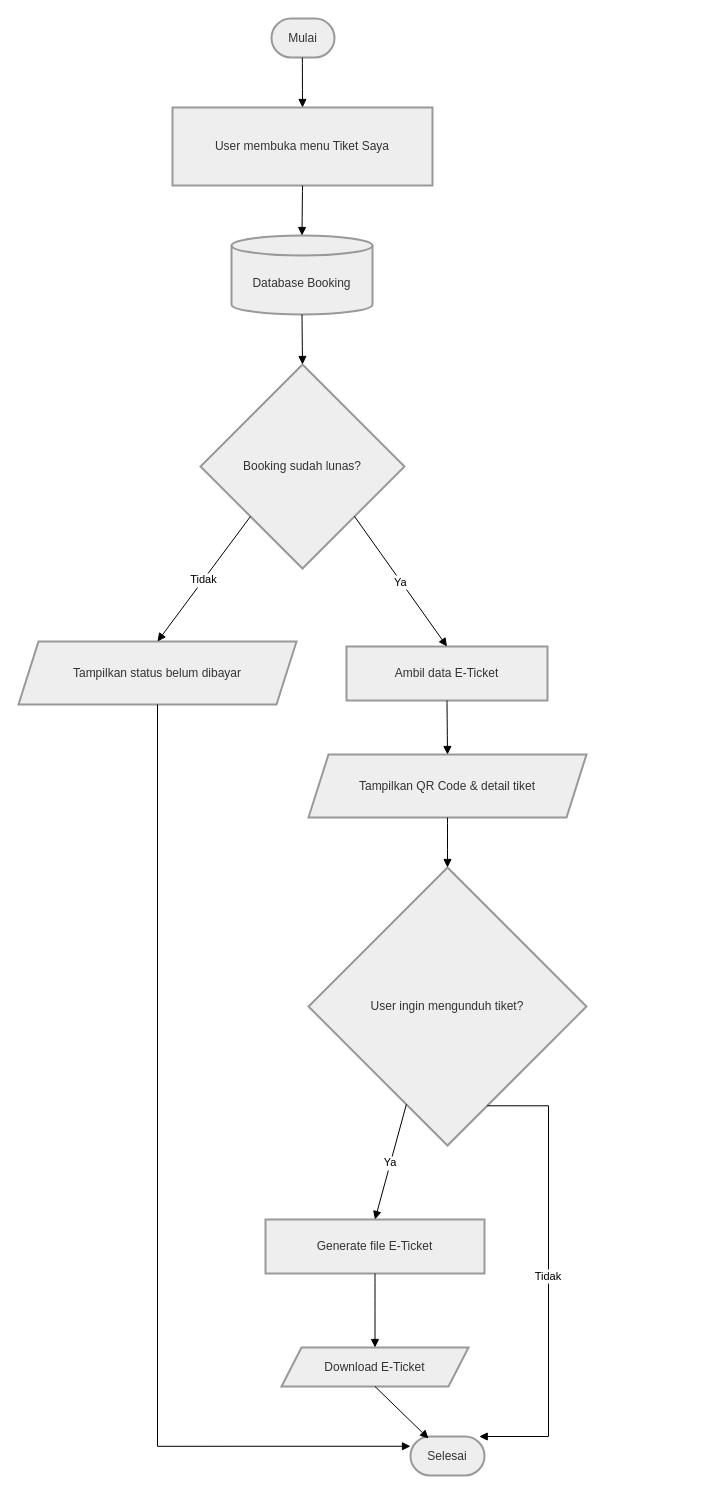
This is UKK/Sprint 1/e-tiket.drawio from hexaanugerah/ukk, a draw.io file, before an edit. Source tidied: cells renumbered, new cells numbered last; positions are measured from the earlier drawing's top-left corner, leaving out a move shared by most shapes. Both pictures are drawn from the tidied source at 100%, with x=0, y=0 at pixel (18, 18).
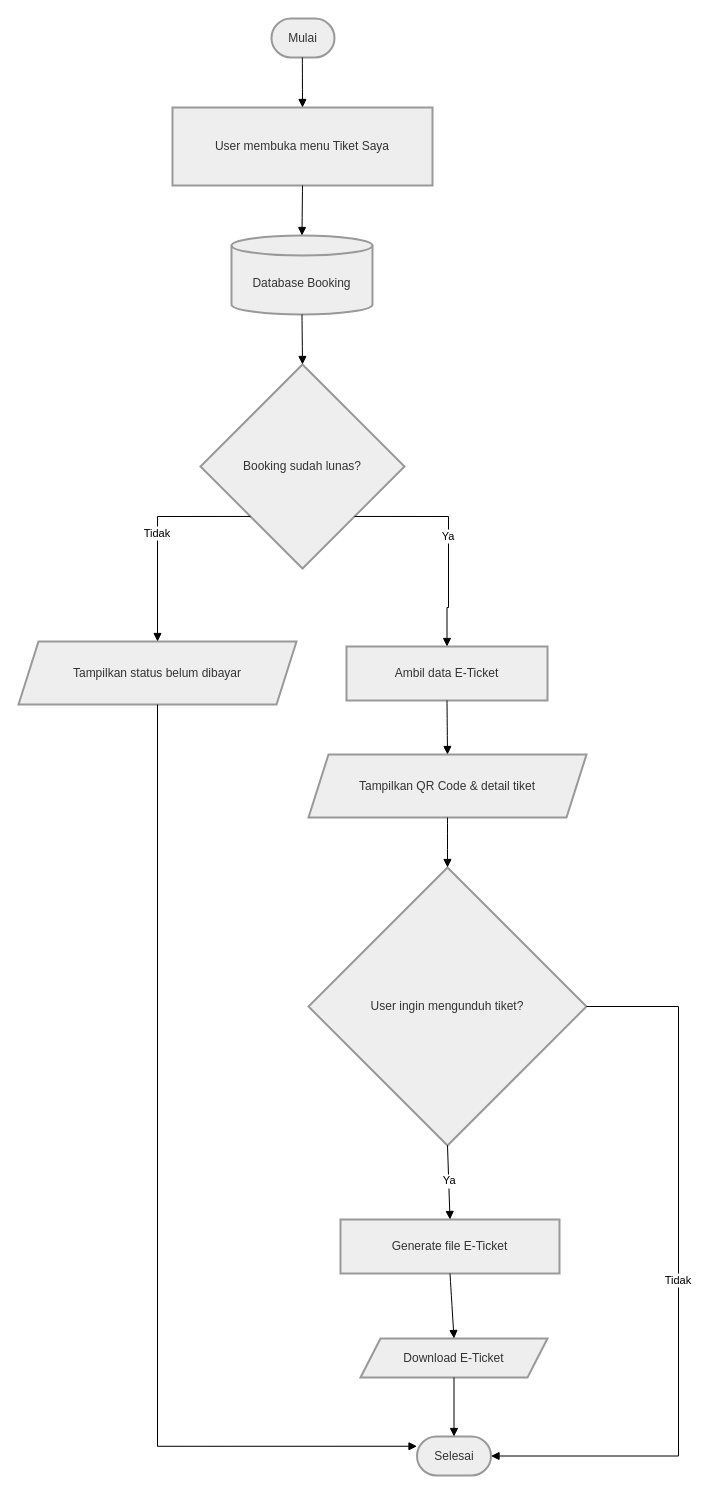
After the change.

Unchanged cells that the change refers to:
```xml
<mxCell id="5" value="Booking sudah lunas?" style="rhombus;strokeWidth=2;whiteSpace=wrap;fillColor=light-dark(#eeeeee,#1f2020);strokeColor=light-dark(#999999,#cccccc);fontColor=light-dark(#333333,#cccccc);" parent="1" vertex="1">
  <mxGeometry x="182" y="346" width="204" height="204" as="geometry" />
</mxCell>
<mxCell id="6" value="Tampilkan status belum dibayar" style="shape=parallelogram;perimeter=parallelogramPerimeter;fixedSize=1;strokeWidth=2;whiteSpace=wrap;fillColor=light-dark(#eeeeee,#1f2020);strokeColor=light-dark(#999999,#cccccc);fontColor=light-dark(#333333,#cccccc);" parent="1" vertex="1">
  <mxGeometry y="623" width="278" height="63" as="geometry" />
</mxCell>
<mxCell id="7" value="Ambil data E-Ticket" style="whiteSpace=wrap;strokeWidth=2;fillColor=light-dark(#eeeeee,#1f2020);strokeColor=light-dark(#999999,#cccccc);fontColor=light-dark(#333333,#cccccc);" parent="1" vertex="1">
  <mxGeometry x="328" y="628" width="201" height="54" as="geometry" />
</mxCell>
<mxCell id="9" value="User ingin mengunduh tiket?" style="rhombus;strokeWidth=2;whiteSpace=wrap;fillColor=light-dark(#eeeeee,#1f2020);strokeColor=light-dark(#999999,#cccccc);fontColor=light-dark(#333333,#cccccc);" parent="1" vertex="1">
  <mxGeometry x="290" y="849" width="278" height="278" as="geometry" />
</mxCell>
```

Change to the diagram source:
```diff
@@
     <mxCell id="10" value="Generate file E-Ticket" style="whiteSpace=wrap;strokeWidth=2;fillColor=light-dark(#eeeeee,#1f2020);strokeColor=light-dark(#999999,#cccccc);fontColor=light-dark(#333333,#cccccc);" parent="1" vertex="1">
-      <mxGeometry x="247" y="1201" width="219" height="54" as="geometry" />
+      <mxGeometry x="322" y="1201" width="219" height="54" as="geometry" />
     </mxCell>
     <mxCell id="11" value="Download E-Ticket" style="shape=parallelogram;perimeter=parallelogramPerimeter;fixedSize=1;strokeWidth=2;whiteSpace=wrap;fillColor=light-dark(#eeeeee,#1f2020);strokeColor=light-dark(#999999,#cccccc);fontColor=light-dark(#333333,#cccccc);" parent="1" vertex="1">
-      <mxGeometry x="263" y="1329" width="187" height="39" as="geometry" />
+      <mxGeometry x="342" y="1320" width="187" height="39" as="geometry" />
     </mxCell>
     <mxCell id="12" value="Selesai" style="rounded=1;whiteSpace=wrap;arcSize=50;strokeWidth=2;fillColor=light-dark(#eeeeee,#1f2020);strokeColor=light-dark(#999999,#cccccc);fontColor=light-dark(#333333,#cccccc);" parent="1" vertex="1">
-      <mxGeometry x="392" y="1418" width="74" height="39" as="geometry" />
+      <mxGeometry x="398.5" y="1418" width="74" height="39" as="geometry" />
     </mxCell>
@@
-    <mxCell id="16" value="Tidak" style="startArrow=none;endArrow=block;exitX=0;exitY=0.98;entryX=0.5;entryY=0;rounded=0;" parent="1" edge="1" source="5" target="6">
-      <mxGeometry relative="1" as="geometry" />
+    <mxCell id="16" value="Tidak" style="startArrow=none;endArrow=block;exitX=0;exitY=0.98;entryX=0.5;entryY=0;rounded=0;edgeStyle=orthogonalEdgeStyle;" parent="1" edge="1" source="5" target="6">
+      <mxGeometry relative="1" as="geometry">
+        <Array as="points">
+          <mxPoint x="139" y="498" />
+        </Array>
+      </mxGeometry>
     </mxCell>
@@
-    <mxCell id="18" value="Ya" style="startArrow=none;endArrow=block;exitX=1;exitY=0.98;entryX=0.5;entryY=0;rounded=0;" parent="1" edge="1" source="5" target="7">
-      <mxGeometry relative="1" as="geometry" />
+    <mxCell id="18" value="Ya" style="startArrow=none;endArrow=block;exitX=1;exitY=0.98;entryX=0.5;entryY=0;rounded=0;edgeStyle=orthogonalEdgeStyle;" parent="1" edge="1" source="5" target="7">
+      <mxGeometry relative="1" as="geometry">
+        <Array as="points">
+          <mxPoint x="430" y="498" />
+          <mxPoint x="430" y="589" />
+        </Array>
+      </mxGeometry>
     </mxCell>
@@
-    <mxCell id="21" value="Ya" style="startArrow=none;endArrow=block;exitX=0.29;exitY=1;entryX=0.5;entryY=0.01;rounded=0;" parent="1" edge="1" source="9" target="10">
-      <mxGeometry relative="1" as="geometry" />
+    <mxCell id="21" value="Ya" style="startArrow=none;endArrow=block;exitX=0.5;exitY=1;entryX=0.5;entryY=0.01;rounded=0;exitDx=0;exitDy=0;" parent="1" edge="1" source="9" target="10">
+      <mxGeometry x="-0.05" y="2" relative="1" as="geometry">
+        <mxPoint x="-1" as="offset" />
+      </mxGeometry>
     </mxCell>
@@
-    <mxCell id="23" style="startArrow=none;endArrow=block;exitX=0.5;exitY=1.01;entryX=0.243;entryY=0.051;rounded=0;entryDx=0;entryDy=0;entryPerimeter=0;" parent="1" edge="1" source="11" target="12">
+    <mxCell id="23" style="startArrow=none;endArrow=block;exitX=0.5;exitY=1.01;entryX=0.5;entryY=0;rounded=0;entryDx=0;entryDy=0;" parent="1" edge="1" source="11" target="12">
       <mxGeometry relative="1" as="geometry" />
     </mxCell>
-    <mxCell id="24" value="Tidak" style="startArrow=none;endArrow=block;exitX=0.7;exitY=1;entryX=0.92;entryY=0.01;rounded=0;edgeStyle=orthogonalEdgeStyle;" parent="1" edge="1" source="9" target="12">
+    <mxCell id="24" value="Tidak" style="startArrow=none;endArrow=block;exitX=1;exitY=0.5;entryX=1;entryY=0.5;rounded=0;edgeStyle=orthogonalEdgeStyle;entryDx=0;entryDy=0;exitDx=0;exitDy=0;" parent="1" edge="1" source="9" target="12">
       <mxGeometry relative="1" as="geometry">
         <Array as="points">
-          <mxPoint x="530" y="1087" />
-          <mxPoint x="530" y="1418" />
+          <mxPoint x="660" y="988" />
+          <mxPoint x="660" y="1438" />
         </Array>
       </mxGeometry>
     </mxCell>
```
